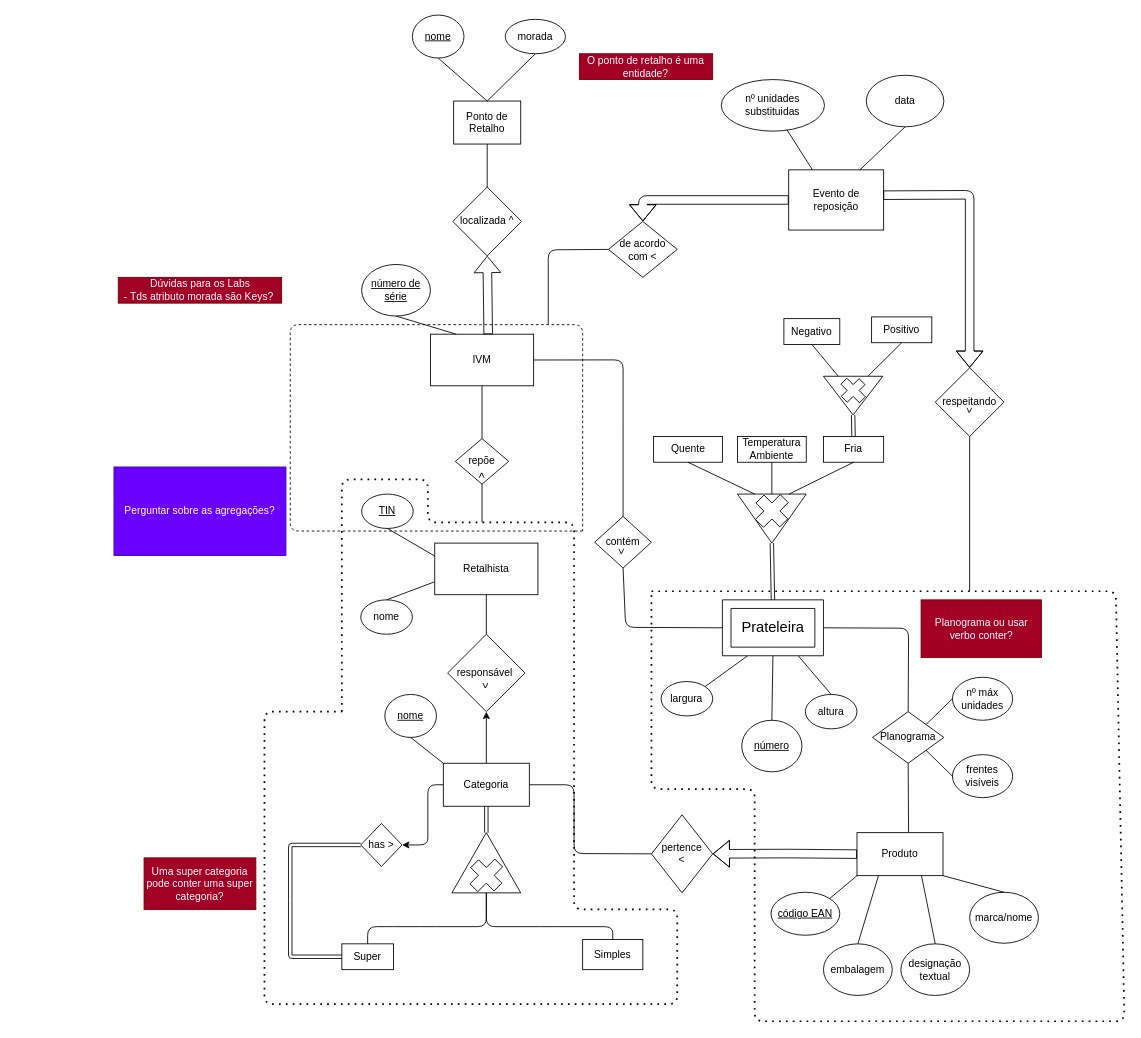
CaGonJo/BD_Project keeps this draw.io diagram as Parte1/Projeto1.drawio. Above is the earlier version. Source tidied: cells renumbered, new cells numbered last; positions are measured from the earlier drawing's top-left corner, leaving out a move shared by most shapes. Both pictures are drawn from the tidied source at 86%, with x=0, y=0 at pixel (114, 15).
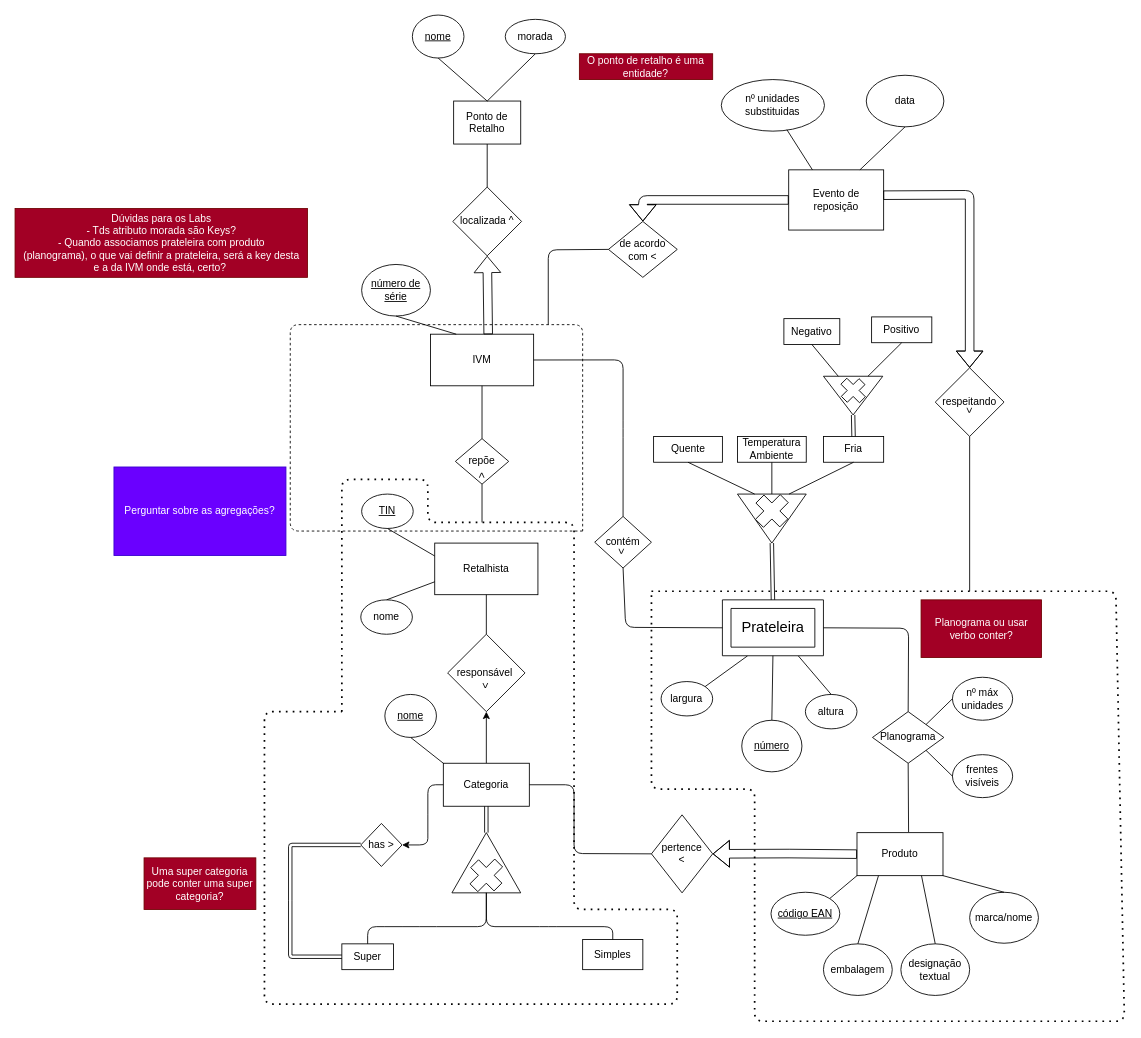
The same page after the edit.

Commit message:
Added dúvida para o LAB

The edit, as a diff of the source:
```diff
@@
-    <mxCell id="77" value="Dúvidas para os Labs&lt;br&gt;- Tds atributo morada são Keys?&amp;nbsp;" style="text;html=1;align=center;verticalAlign=middle;strokeColor=#6F0000;fillColor=#a20025;fontColor=#ffffff;" parent="1" vertex="1">
-      <mxGeometry x="5" y="305" width="190" height="30" as="geometry" />
+    <mxCell id="77" value="Dúvidas para os Labs&lt;br&gt;- Tds atributo morada são Keys?&lt;br&gt;- Quando associamos prateleira com produto&lt;br&gt;(planograma), o que vai definir a prateleira, será a key desta&lt;br&gt;e a da IVM onde está, certo?&amp;nbsp;" style="text;html=1;align=center;verticalAlign=middle;strokeColor=#6F0000;fillColor=#a20025;fontColor=#ffffff;" parent="1" vertex="1">
+      <mxGeometry x="-115" y="225" width="340" height="80" as="geometry" />
     </mxCell>
```
